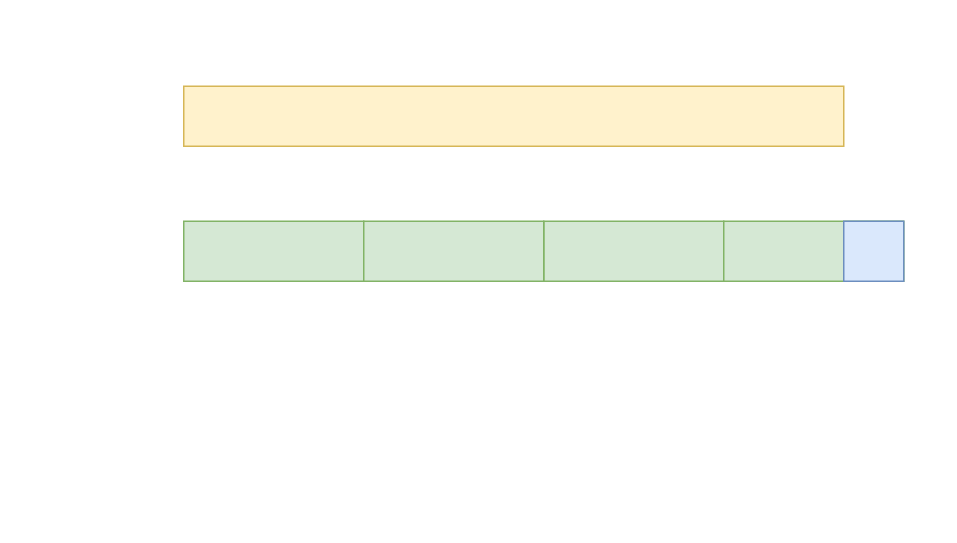
Earlier version of the draw.io diagram triton-dynamic-shape.drawio (Superjomn/_tmp_images). Source tidied: cells renumbered, new cells numbered last; positions are measured from the earlier drawing's top-left corner, leaving out a move shared by most shapes. Both pictures are drawn from the tidied source at 150%, with x=0, y=0 at pixel (183, 86).
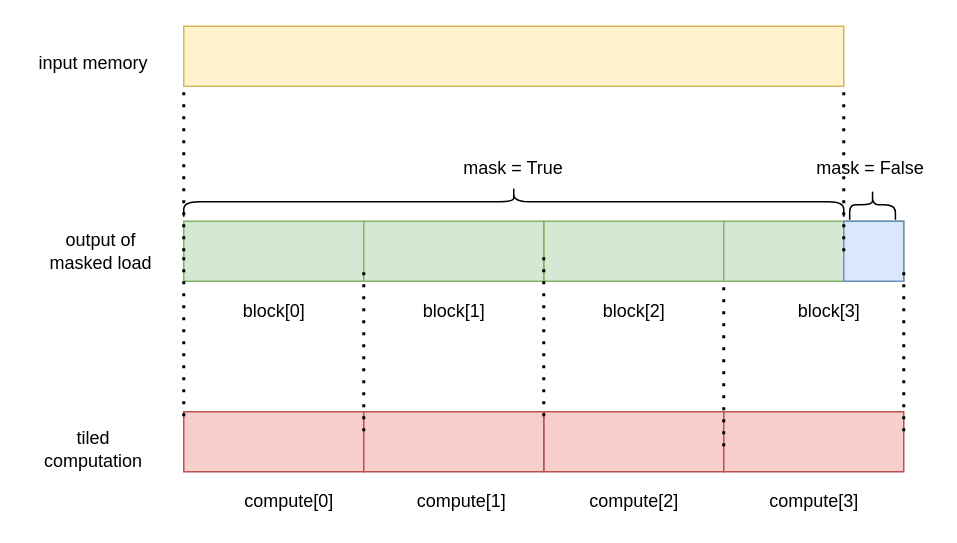
Above is the later version.

The change refers to these unchanged cells:
```xml
<mxCell id="2" style="rounded=0;whiteSpace=wrap;html=1;fillColor=#d5e8d4;strokeColor=#82b366;" parent="1" vertex="1">
  <mxGeometry y="90" width="120" height="40" as="geometry" />
</mxCell>
```

Diff of the diagram source:
```diff
@@
     <mxCell id="5" style="rounded=0;whiteSpace=wrap;html=1;fillColor=#fff2cc;strokeColor=#d6b656;" parent="1" vertex="1">
-      <mxGeometry width="440" height="40" as="geometry" />
+      <mxGeometry y="-40" width="440" height="40" as="geometry" />
     </mxCell>
@@
+    <mxCell id="8" style="shape=curlyBracket;whiteSpace=wrap;html=1;rounded=1;rotation=90;" parent="1" vertex="1">
+      <mxGeometry x="210" y="-143" width="20" height="440" as="geometry" />
+    </mxCell>
+    <mxCell id="9" value="mask = True" style="text;html=1;strokeColor=none;fillColor=none;align=center;verticalAlign=middle;whiteSpace=wrap;rounded=0;" parent="1" vertex="1">
+      <mxGeometry x="180" y="40" width="80" height="30" as="geometry" />
+    </mxCell>
+    <mxCell id="10" value="input memory" style="text;html=1;strokeColor=none;fillColor=none;align=center;verticalAlign=middle;whiteSpace=wrap;rounded=0;" parent="1" vertex="1">
+      <mxGeometry x="-100" y="-30" width="80" height="30" as="geometry" />
+    </mxCell>
+    <mxCell id="11" style="shape=curlyBracket;whiteSpace=wrap;html=1;rounded=1;rotation=90;" parent="1" vertex="1">
+      <mxGeometry x="449.2" y="63.8" width="20" height="30.5" as="geometry" />
+    </mxCell>
+    <mxCell id="12" value="mask = False" style="text;html=1;strokeColor=none;fillColor=none;align=center;verticalAlign=middle;whiteSpace=wrap;rounded=0;" parent="1" vertex="1">
+      <mxGeometry x="418.2" y="40" width="80" height="30" as="geometry" />
+    </mxCell>
+    <mxCell id="13" value="block[0]" style="text;html=1;align=center;verticalAlign=middle;strokeColor=none;fillColor=none;" parent="1" vertex="1">
+      <mxGeometry x="30" y="140" width="60" height="20" as="geometry" />
+    </mxCell>
+    <mxCell id="14" value="block[1]" style="text;html=1;align=center;verticalAlign=middle;strokeColor=none;fillColor=none;" parent="1" vertex="1">
+      <mxGeometry x="150" y="140" width="60" height="20" as="geometry" />
+    </mxCell>
+    <mxCell id="15" value="block[2]" style="text;html=1;align=center;verticalAlign=middle;strokeColor=none;fillColor=none;" parent="1" vertex="1">
+      <mxGeometry x="270" y="140" width="60" height="20" as="geometry" />
+    </mxCell>
+    <mxCell id="16" value="block[3]" style="text;html=1;align=center;verticalAlign=middle;strokeColor=none;fillColor=none;" parent="1" vertex="1">
+      <mxGeometry x="400" y="140" width="60" height="20" as="geometry" />
+    </mxCell>
+    <mxCell id="17" style="endArrow=none;dashed=1;html=1;dashPattern=1 3;strokeWidth=2;rounded=0;exitX=0;exitY=0.5;exitDx=0;exitDy=0;" parent="1" edge="1" source="2">
+      <mxGeometry relative="1" as="geometry">
+        <mxPoint y="1" as="targetPoint" />
+      </mxGeometry>
+    </mxCell>
+    <mxCell id="18" style="endArrow=none;dashed=1;html=1;dashPattern=1 3;strokeWidth=2;rounded=0;exitX=0;exitY=0.5;exitDx=0;exitDy=0;" parent="1" edge="1">
+      <mxGeometry relative="1" as="geometry">
+        <mxPoint x="440" y="110" as="sourcePoint" />
+        <mxPoint x="440" y="1" as="targetPoint" />
+      </mxGeometry>
+    </mxCell>
+    <mxCell id="19" value="output of masked load" style="text;html=1;strokeColor=none;fillColor=none;align=center;verticalAlign=middle;whiteSpace=wrap;rounded=0;" parent="1" vertex="1">
+      <mxGeometry x="-100" y="95" width="90" height="30" as="geometry" />
+    </mxCell>
+    <mxCell id="20" style="rounded=0;whiteSpace=wrap;html=1;fillColor=#f8cecc;strokeColor=#b85450;" parent="1" vertex="1">
+      <mxGeometry y="217" width="120" height="40" as="geometry" />
+    </mxCell>
+    <mxCell id="21" style="rounded=0;whiteSpace=wrap;html=1;fillColor=#f8cecc;strokeColor=#b85450;" parent="1" vertex="1">
+      <mxGeometry x="240" y="217" width="120" height="40" as="geometry" />
+    </mxCell>
+    <mxCell id="22" style="rounded=0;whiteSpace=wrap;html=1;fillColor=#f8cecc;strokeColor=#b85450;" parent="1" vertex="1">
+      <mxGeometry x="120" y="217" width="120" height="40" as="geometry" />
+    </mxCell>
+    <mxCell id="23" style="rounded=0;whiteSpace=wrap;html=1;fillColor=#f8cecc;strokeColor=#b85450;" parent="1" vertex="1">
+      <mxGeometry x="360" y="217" width="120" height="40" as="geometry" />
+    </mxCell>
+    <mxCell id="24" style="endArrow=none;dashed=1;html=1;dashPattern=1 3;strokeWidth=2;rounded=0;exitX=0;exitY=0.5;exitDx=0;exitDy=0;" parent="1" edge="1">
+      <mxGeometry relative="1" as="geometry">
+        <mxPoint y="220" as="sourcePoint" />
+        <mxPoint y="111" as="targetPoint" />
+      </mxGeometry>
+    </mxCell>
+    <mxCell id="25" style="endArrow=none;dashed=1;html=1;dashPattern=1 3;strokeWidth=2;rounded=0;exitX=0;exitY=0.5;exitDx=0;exitDy=0;" parent="1" edge="1">
+      <mxGeometry relative="1" as="geometry">
+        <mxPoint x="480" y="230" as="sourcePoint" />
+        <mxPoint x="480" y="121" as="targetPoint" />
+      </mxGeometry>
+    </mxCell>
+    <mxCell id="26" style="endArrow=none;dashed=1;html=1;dashPattern=1 3;strokeWidth=2;rounded=0;exitX=0;exitY=0.5;exitDx=0;exitDy=0;" parent="1" edge="1">
+      <mxGeometry relative="1" as="geometry">
+        <mxPoint x="360" y="240" as="sourcePoint" />
+        <mxPoint x="360" y="131" as="targetPoint" />
+      </mxGeometry>
+    </mxCell>
+    <mxCell id="27" style="endArrow=none;dashed=1;html=1;dashPattern=1 3;strokeWidth=2;rounded=0;exitX=0;exitY=0.5;exitDx=0;exitDy=0;" parent="1" edge="1">
+      <mxGeometry relative="1" as="geometry">
+        <mxPoint x="240" y="220" as="sourcePoint" />
+        <mxPoint x="240" y="111" as="targetPoint" />
+      </mxGeometry>
+    </mxCell>
+    <mxCell id="28" style="endArrow=none;dashed=1;html=1;dashPattern=1 3;strokeWidth=2;rounded=0;exitX=0;exitY=0.5;exitDx=0;exitDy=0;" parent="1" edge="1">
+      <mxGeometry relative="1" as="geometry">
+        <mxPoint x="120" y="230" as="sourcePoint" />
+        <mxPoint x="120" y="121" as="targetPoint" />
+      </mxGeometry>
+    </mxCell>
+    <mxCell id="29" value="tiled&lt;br&gt;computation" style="text;html=1;strokeColor=none;fillColor=none;align=center;verticalAlign=middle;whiteSpace=wrap;rounded=0;" parent="1" vertex="1">
+      <mxGeometry x="-105" y="227" width="90" height="30" as="geometry" />
+    </mxCell>
+    <mxCell id="30" value="compute[0]" style="text;html=1;align=center;verticalAlign=middle;strokeColor=none;fillColor=none;" parent="1" vertex="1">
+      <mxGeometry x="35" y="267" width="70" height="20" as="geometry" />
+    </mxCell>
+    <mxCell id="31" value="compute[1]" style="text;html=1;align=center;verticalAlign=middle;strokeColor=none;fillColor=none;" parent="1" vertex="1">
+      <mxGeometry x="150" y="267" width="70" height="20" as="geometry" />
+    </mxCell>
+    <mxCell id="32" value="compute[2]" style="text;html=1;align=center;verticalAlign=middle;strokeColor=none;fillColor=none;" parent="1" vertex="1">
+      <mxGeometry x="265" y="267" width="70" height="20" as="geometry" />
+    </mxCell>
+    <mxCell id="33" value="compute[3]" style="text;html=1;align=center;verticalAlign=middle;strokeColor=none;fillColor=none;" parent="1" vertex="1">
+      <mxGeometry x="385" y="267" width="70" height="20" as="geometry" />
+    </mxCell>
```
